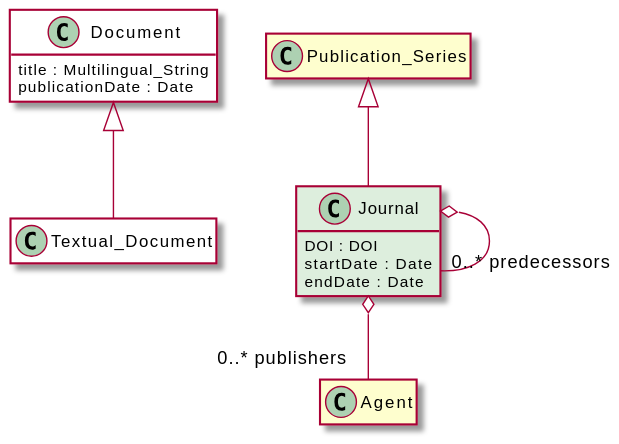
Earlier version of the PlantUML export diagrams/journalArticle.svg (EuroCRIS/CERIF-ScholarlyPublicationsModule).
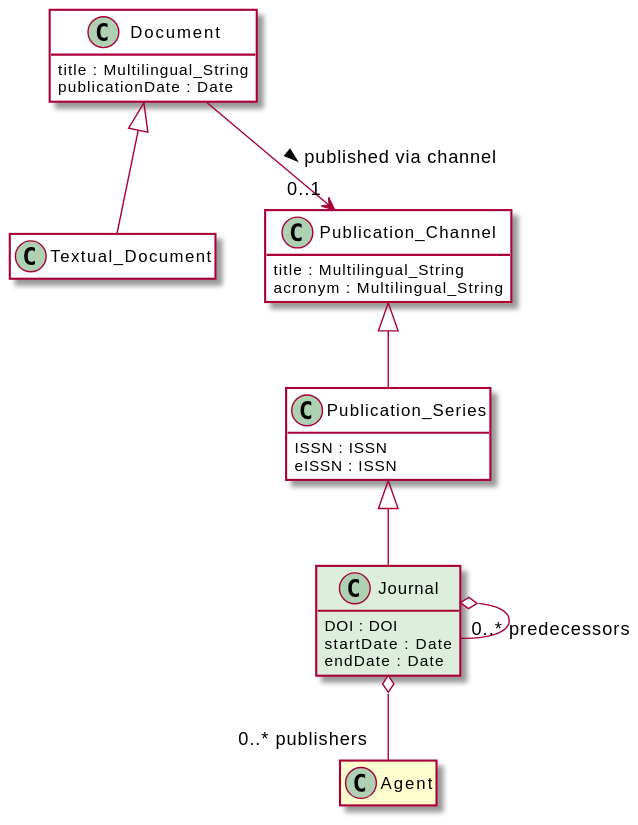
After the commit.

Commit message:
:rocket: adding generated diagrams

What changed in the source:
```diff
@@ -5,6 +5,9 @@
     !includesub ../../CERIF-Core/diagrams/core.puml!Document
     !includesub ../../CERIF-Core/diagrams/core.puml!Textual_Document
 
+
+    !includesub ../../CERIF-Core/diagrams/core.puml!Publication_Channel
+    !includesub ./module.puml!Publication_Series
     !includesub ./module.puml!Journal
 
 @enduml
```
